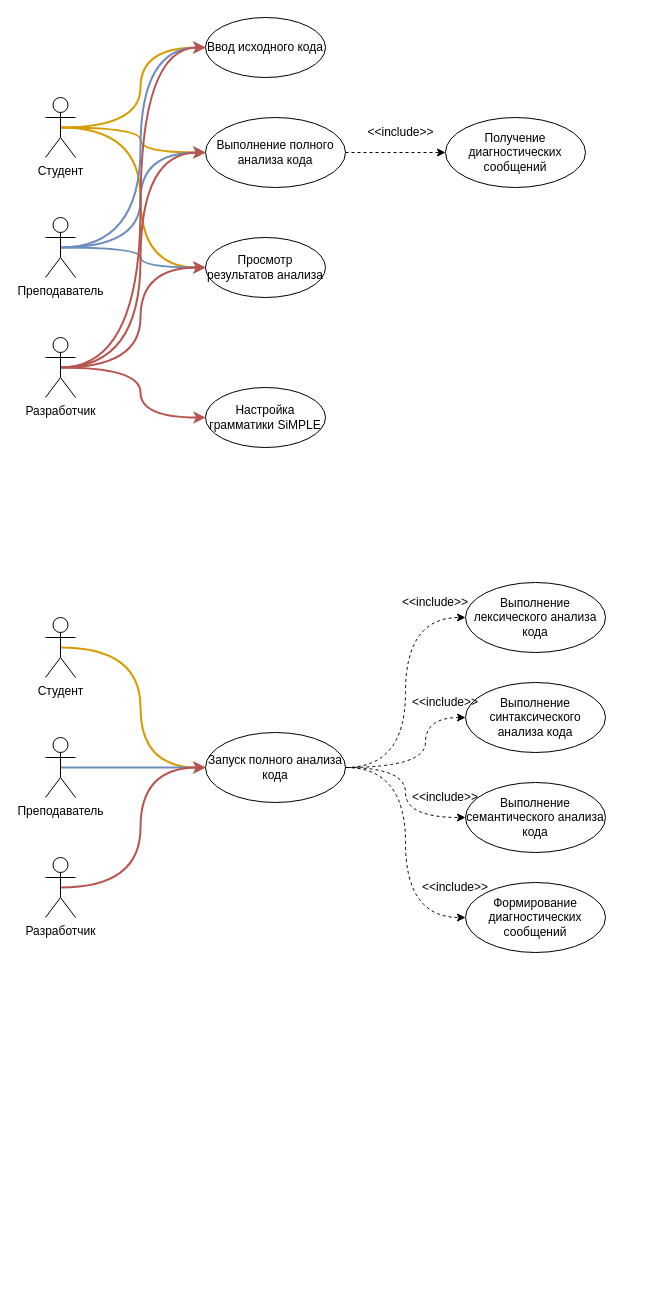
softqwak/MSPIST keeps this draw.io diagram as Диаграмма без названия.drawio. Above is the earlier version. Source tidied: cells renumbered, new cells numbered last; positions are measured from the earlier drawing's top-left corner, leaving out a move shared by most shapes. Both pictures are drawn from the tidied source at 100%, with x=0, y=0 at pixel (45, 17).
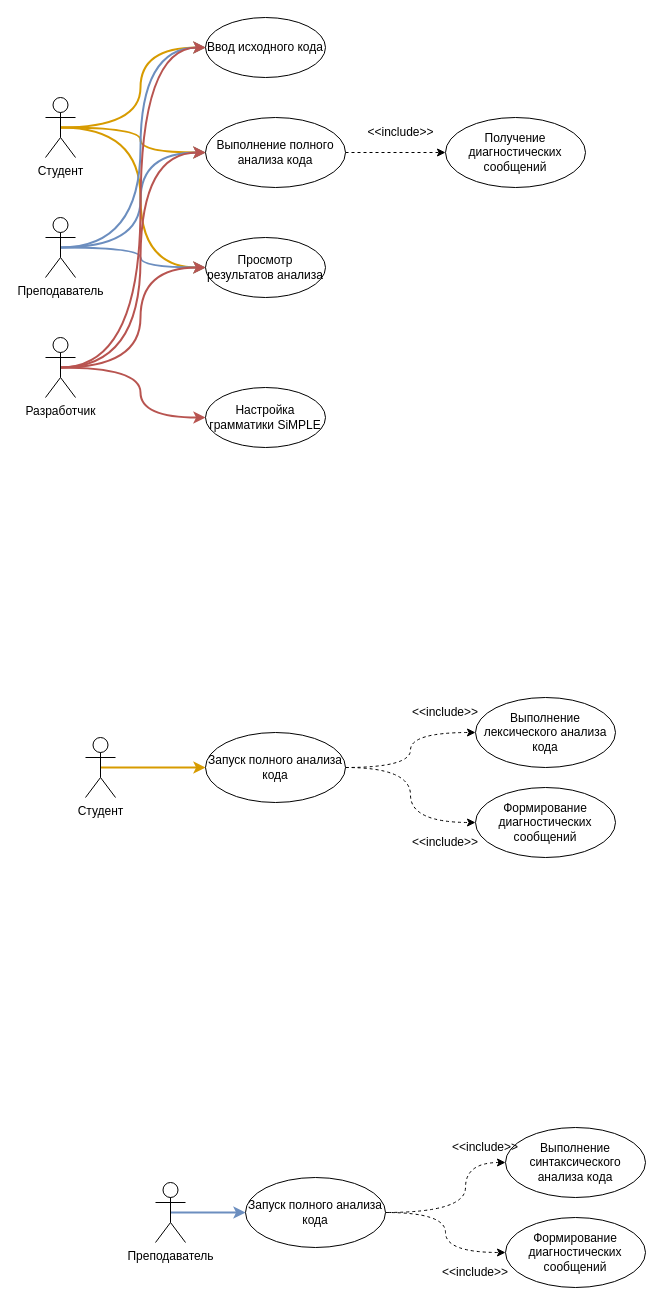
The same page after the edit.

Unchanged cells that the change refers to:
```xml
<mxCell id="31" value="Запуск полного анализа кода" style="ellipse;whiteSpace=wrap;html=1;" parent="1" vertex="1">
  <mxGeometry x="160" y="715" width="140" height="70" as="geometry" />
</mxCell>
```

Change to the diagram source:
```diff
@@
     <mxCell id="23" value="Студент" style="shape=umlActor;verticalLabelPosition=bottom;verticalAlign=top;html=1;outlineConnect=0;" parent="1" vertex="1">
-      <mxGeometry y="600" width="30" height="60" as="geometry" />
+      <mxGeometry x="40" y="720" width="30" height="60" as="geometry" />
     </mxCell>
-    <mxCell id="24" style="edgeStyle=orthogonalEdgeStyle;rounded=0;jettySize=auto;html=1;exitX=0.5;exitY=0.5;exitDx=0;exitDy=0;exitPerimeter=0;entryX=0;entryY=0.5;entryDx=0;entryDy=0;fillColor=#dae8fc;strokeColor=#6c8ebf;strokeWidth=2;" parent="1" edge="1" source="25" target="31">
-      <mxGeometry relative="1" as="geometry" />
-    </mxCell>
-    <mxCell id="25" value="Преподаватель" style="shape=umlActor;verticalLabelPosition=bottom;verticalAlign=top;html=1;outlineConnect=0;" parent="1" vertex="1">
-      <mxGeometry y="720" width="30" height="60" as="geometry" />
-    </mxCell>
-    <mxCell id="26" style="edgeStyle=orthogonalEdgeStyle;rounded=0;jettySize=auto;html=1;exitX=0.5;exitY=0.5;exitDx=0;exitDy=0;exitPerimeter=0;entryX=0;entryY=0.5;entryDx=0;entryDy=0;fillColor=#f8cecc;strokeColor=#b85450;strokeWidth=2;curved=1;" parent="1" edge="1" source="27" target="31">
-      <mxGeometry relative="1" as="geometry" />
-    </mxCell>
-    <mxCell id="27" value="Разработчик" style="shape=umlActor;verticalLabelPosition=bottom;verticalAlign=top;html=1;outlineConnect=0;" parent="1" vertex="1">
-      <mxGeometry y="840" width="30" height="60" as="geometry" />
-    </mxCell>
@@
-    <mxCell id="29" style="edgeStyle=orthogonalEdgeStyle;rounded=0;jettySize=auto;html=1;exitX=1;exitY=0.5;exitDx=0;exitDy=0;entryX=0;entryY=0.5;entryDx=0;entryDy=0;curved=1;dashed=1;" parent="1" edge="1" source="31" target="35">
-      <mxGeometry relative="1" as="geometry" />
-    </mxCell>
@@
     <mxCell id="32" value="Выполнение лексического анализа кода" style="ellipse;whiteSpace=wrap;html=1;" parent="1" vertex="1">
-      <mxGeometry x="420" y="565" width="140" height="70" as="geometry" />
+      <mxGeometry x="430" y="680" width="140" height="70" as="geometry" />
     </mxCell>
-    <mxCell id="33" style="edgeStyle=orthogonalEdgeStyle;rounded=0;jettySize=auto;html=1;exitX=0;exitY=0.5;exitDx=0;exitDy=0;curved=1;endArrow=none;startFill=1;startArrow=classic;dashed=1;" parent="1" edge="1" source="34" target="31">
-      <mxGeometry relative="1" as="geometry">
-        <Array as="points">
-          <mxPoint x="380" y="700" />
-          <mxPoint x="380" y="750" />
-        </Array>
-      </mxGeometry>
-    </mxCell>
-    <mxCell id="34" value="Выполнение синтаксического анализа кода" style="ellipse;whiteSpace=wrap;html=1;" parent="1" vertex="1">
-      <mxGeometry x="420" y="665" width="140" height="70" as="geometry" />
-    </mxCell>
-    <mxCell id="35" value="Выполнение семантического анализа кода" style="ellipse;whiteSpace=wrap;html=1;" parent="1" vertex="1">
-      <mxGeometry x="420" y="765" width="140" height="70" as="geometry" />
-    </mxCell>
     <mxCell id="36" value="&lt;div&gt;Формирование диагностических сообщений&lt;/div&gt;" style="ellipse;whiteSpace=wrap;html=1;" parent="1" vertex="1">
-      <mxGeometry x="420" y="865" width="140" height="70" as="geometry" />
+      <mxGeometry x="430" y="770" width="140" height="70" as="geometry" />
     </mxCell>
     <mxCell id="37" value="&amp;lt;&amp;lt;include&amp;gt;&amp;gt;" style="text;html=1;align=center;verticalAlign=middle;whiteSpace=wrap;rounded=0;" parent="1" vertex="1">
-      <mxGeometry x="360" y="570" width="60" height="30" as="geometry" />
+      <mxGeometry x="370" y="680" width="60" height="30" as="geometry" />
     </mxCell>
-    <mxCell id="38" value="&amp;lt;&amp;lt;include&amp;gt;&amp;gt;" style="text;html=1;align=center;verticalAlign=middle;whiteSpace=wrap;rounded=0;" parent="1" vertex="1">
-      <mxGeometry x="370" y="670" width="60" height="30" as="geometry" />
-    </mxCell>
-    <mxCell id="39" value="&amp;lt;&amp;lt;include&amp;gt;&amp;gt;" style="text;html=1;align=center;verticalAlign=middle;whiteSpace=wrap;rounded=0;" parent="1" vertex="1">
-      <mxGeometry x="370" y="765" width="60" height="30" as="geometry" />
-    </mxCell>
     <mxCell id="40" value="&amp;lt;&amp;lt;include&amp;gt;&amp;gt;" style="text;html=1;align=center;verticalAlign=middle;whiteSpace=wrap;rounded=0;" parent="1" vertex="1">
-      <mxGeometry x="380" y="855" width="60" height="30" as="geometry" />
+      <mxGeometry x="370" y="810" width="60" height="30" as="geometry" />
     </mxCell>
+    <mxCell id="41" style="edgeStyle=orthogonalEdgeStyle;rounded=0;jettySize=auto;html=1;exitX=0.5;exitY=0.5;exitDx=0;exitDy=0;exitPerimeter=0;entryX=0;entryY=0.5;entryDx=0;entryDy=0;fillColor=#dae8fc;strokeColor=#6c8ebf;strokeWidth=2;" parent="1" edge="1" source="25" target="43">
+      <mxGeometry relative="1" as="geometry" />
+    </mxCell>
+    <mxCell id="25" value="Преподаватель" style="shape=umlActor;verticalLabelPosition=bottom;verticalAlign=top;html=1;outlineConnect=0;" parent="1" vertex="1">
+      <mxGeometry x="110" y="1165" width="30" height="60" as="geometry" />
+    </mxCell>
+    <mxCell id="42" style="edgeStyle=orthogonalEdgeStyle;rounded=0;jettySize=auto;html=1;exitX=1;exitY=0.5;exitDx=0;exitDy=0;entryX=0;entryY=0.5;entryDx=0;entryDy=0;curved=1;dashed=1;" parent="1" edge="1" source="43" target="45">
+      <mxGeometry relative="1" as="geometry" />
+    </mxCell>
+    <mxCell id="43" value="Запуск полного анализа кода" style="ellipse;whiteSpace=wrap;html=1;" parent="1" vertex="1">
+      <mxGeometry x="200" y="1160" width="140" height="70" as="geometry" />
+    </mxCell>
+    <mxCell id="44" style="edgeStyle=orthogonalEdgeStyle;rounded=0;jettySize=auto;html=1;exitX=0;exitY=0.5;exitDx=0;exitDy=0;curved=1;endArrow=none;startFill=1;startArrow=classic;dashed=1;" parent="1" edge="1" source="34" target="43">
+      <mxGeometry relative="1" as="geometry">
+        <Array as="points">
+          <mxPoint x="420" y="1145" />
+          <mxPoint x="420" y="1195" />
+        </Array>
+      </mxGeometry>
+    </mxCell>
+    <mxCell id="34" value="Выполнение синтаксического анализа кода" style="ellipse;whiteSpace=wrap;html=1;" parent="1" vertex="1">
+      <mxGeometry x="460" y="1110" width="140" height="70" as="geometry" />
+    </mxCell>
+    <mxCell id="45" value="&lt;div&gt;Формирование диагностических сообщений&lt;/div&gt;" style="ellipse;whiteSpace=wrap;html=1;" parent="1" vertex="1">
+      <mxGeometry x="460" y="1200" width="140" height="70" as="geometry" />
+    </mxCell>
+    <mxCell id="46" value="&amp;lt;&amp;lt;include&amp;gt;&amp;gt;" style="text;html=1;align=center;verticalAlign=middle;whiteSpace=wrap;rounded=0;" parent="1" vertex="1">
+      <mxGeometry x="410" y="1115" width="60" height="30" as="geometry" />
+    </mxCell>
+    <mxCell id="47" value="&amp;lt;&amp;lt;include&amp;gt;&amp;gt;" style="text;html=1;align=center;verticalAlign=middle;whiteSpace=wrap;rounded=0;" parent="1" vertex="1">
+      <mxGeometry x="400" y="1240" width="60" height="30" as="geometry" />
+    </mxCell>
```
